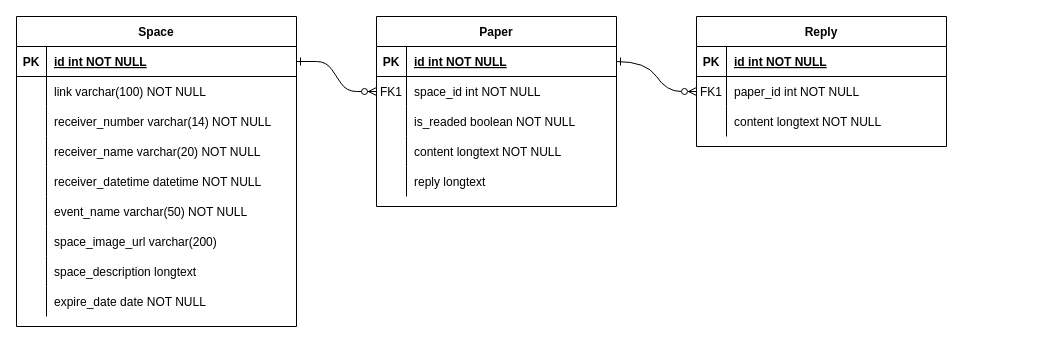
The draw.io diagram rollingpaper.drawio in bavengers/ERD, before the edit. Source tidied: cells renumbered, new cells numbered last; positions are measured from the earlier drawing's top-left corner, leaving out a move shared by most shapes. Both pictures are drawn from the tidied source at 100%, with x=0, y=0 at pixel (16, 16).
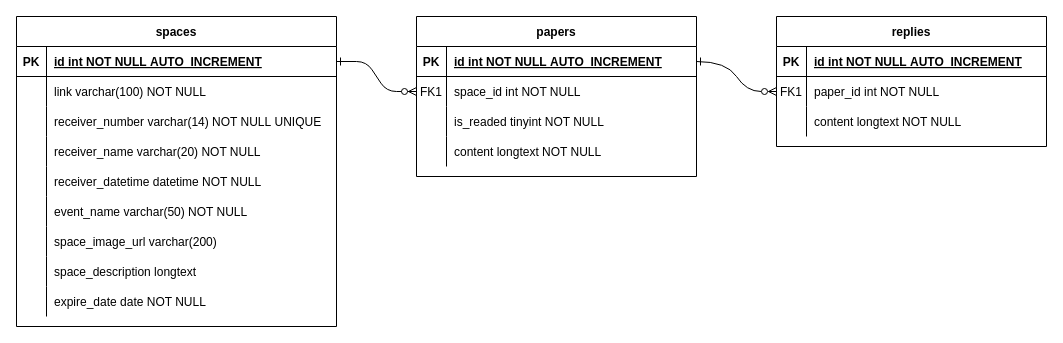
Above is the later version.

What changed in the source:
```diff
@@
-    <mxCell id="3" value="Paper" style="shape=table;startSize=30;childLayout=tableLayout;rowLines=0;fontStyle=1;align=center;" parent="1" vertex="1">
-      <mxGeometry x="360" width="240" height="190" as="geometry" />
+    <mxCell id="3" value="papers" style="shape=table;startSize=30;childLayout=tableLayout;rowLines=0;fontStyle=1;align=center;" parent="1" vertex="1">
+      <mxGeometry x="400" width="280" height="160" as="geometry" />
     </mxCell>
     <mxCell id="4" style="shape=partialRectangle;fillColor=none;points=[[0,0.5],[1,0.5]];portConstraint=eastwest;top=0;left=0;right=0;bottom=1;" parent="3" vertex="1">
-      <mxGeometry y="30" width="240" height="30" as="geometry" />
+      <mxGeometry y="30" width="280" height="30" as="geometry" />
     </mxCell>
@@
-    <mxCell id="6" value="id int NOT NULL " style="shape=partialRectangle;overflow=hidden;fillColor=none;top=0;left=0;bottom=0;right=0;align=left;spacingLeft=6;fontStyle=5;" parent="4" vertex="1">
-      <mxGeometry x="30" width="210" height="30" as="geometry" />
+    <mxCell id="6" value="id int NOT NULL AUTO_INCREMENT" style="shape=partialRectangle;overflow=hidden;fillColor=none;top=0;left=0;bottom=0;right=0;align=left;spacingLeft=6;fontStyle=5;" parent="4" vertex="1">
+      <mxGeometry x="30" width="250" height="30" as="geometry" />
     </mxCell>
     <mxCell id="7" style="shape=partialRectangle;fillColor=none;points=[[0,0.5],[1,0.5]];portConstraint=eastwest;top=0;left=0;right=0;bottom=0;" parent="3" vertex="1">
-      <mxGeometry y="60" width="240" height="30" as="geometry" />
+      <mxGeometry y="60" width="280" height="30" as="geometry" />
     </mxCell>
@@
     <mxCell id="9" value="space_id int NOT NULL" style="shape=partialRectangle;overflow=hidden;fillColor=none;top=0;left=0;bottom=0;right=0;align=left;spacingLeft=6;" parent="7" vertex="1">
-      <mxGeometry x="30" width="210" height="30" as="geometry" />
+      <mxGeometry x="30" width="250" height="30" as="geometry" />
     </mxCell>
     <mxCell id="10" style="shape=partialRectangle;fillColor=none;top=0;left=0;right=0;bottom=0;" parent="3" vertex="1">
-      <mxGeometry y="90" width="240" height="30" as="geometry" />
+      <mxGeometry y="90" width="280" height="30" as="geometry" />
     </mxCell>
@@
-    <mxCell id="12" value="is_readed boolean NOT NULL" style="shape=partialRectangle;overflow=hidden;fillColor=none;top=0;left=0;bottom=0;right=0;align=left;spacingLeft=6;" parent="10" vertex="1">
-      <mxGeometry x="30" width="210" height="30" as="geometry" />
+    <mxCell id="12" value="is_readed tinyint NOT NULL" style="shape=partialRectangle;overflow=hidden;fillColor=none;top=0;left=0;bottom=0;right=0;align=left;spacingLeft=6;" parent="10" vertex="1">
+      <mxGeometry x="30" width="250" height="30" as="geometry" />
     </mxCell>
     <mxCell id="13" style="shape=partialRectangle;fillColor=none;points=[[0,0.5],[1,0.5]];portConstraint=eastwest;top=0;left=0;right=0;bottom=0;" parent="3" vertex="1">
-      <mxGeometry y="120" width="240" height="30" as="geometry" />
+      <mxGeometry y="120" width="280" height="30" as="geometry" />
     </mxCell>
@@
     <mxCell id="15" value="content longtext NOT NULL" style="shape=partialRectangle;overflow=hidden;fillColor=none;top=0;left=0;bottom=0;right=0;align=left;spacingLeft=6;" parent="13" vertex="1">
-      <mxGeometry x="30" width="210" height="30" as="geometry" />
+      <mxGeometry x="30" width="250" height="30" as="geometry" />
     </mxCell>
-    <mxCell id="16" style="shape=partialRectangle;fillColor=none;top=0;left=0;right=0;bottom=0;" parent="3" vertex="1">
-      <mxGeometry y="150" width="240" height="30" as="geometry" />
-    </mxCell>
-    <mxCell id="17" style="shape=partialRectangle;overflow=hidden;fillColor=none;top=0;left=0;bottom=0;right=0;" parent="16" vertex="1">
-      <mxGeometry width="30" height="30" as="geometry" />
-    </mxCell>
-    <mxCell id="18" value="reply longtext" style="shape=partialRectangle;overflow=hidden;fillColor=none;top=0;left=0;bottom=0;right=0;align=left;spacingLeft=6;" parent="16" vertex="1">
-      <mxGeometry x="30" width="210" height="30" as="geometry" />
-    </mxCell>
@@
-    <mxCell id="20" value="Space" style="shape=table;startSize=30;childLayout=tableLayout;rowLines=0;fontStyle=1;align=center;" parent="1" vertex="1">
-      <mxGeometry width="280" height="310" as="geometry" />
+    <mxCell id="20" value="spaces" style="shape=table;startSize=30;childLayout=tableLayout;rowLines=0;fontStyle=1;align=center;" parent="1" vertex="1">
+      <mxGeometry width="320" height="310" as="geometry" />
     </mxCell>
     <mxCell id="21" style="shape=partialRectangle;fillColor=none;points=[[0,0.5],[1,0.5]];portConstraint=eastwest;top=0;left=0;right=0;bottom=1;" parent="20" vertex="1">
-      <mxGeometry y="30" width="280" height="30" as="geometry" />
+      <mxGeometry y="30" width="320" height="30" as="geometry" />
     </mxCell>
@@
-    <mxCell id="23" value="id int NOT NULL " style="shape=partialRectangle;overflow=hidden;fillColor=none;top=0;left=0;bottom=0;right=0;align=left;spacingLeft=6;fontStyle=5;" parent="21" vertex="1">
-      <mxGeometry x="30" width="250" height="30" as="geometry" />
+    <mxCell id="23" value="id int NOT NULL AUTO_INCREMENT" style="shape=partialRectangle;overflow=hidden;fillColor=none;top=0;left=0;bottom=0;right=0;align=left;spacingLeft=6;fontStyle=5;" parent="21" vertex="1">
+      <mxGeometry x="30" width="290" height="30" as="geometry" />
     </mxCell>
     <mxCell id="24" style="shape=partialRectangle;fillColor=none;top=0;left=0;right=0;bottom=0;" parent="20" vertex="1">
-      <mxGeometry y="60" width="280" height="30" as="geometry" />
+      <mxGeometry y="60" width="320" height="30" as="geometry" />
     </mxCell>
@@
     <mxCell id="26" value="link varchar(100) NOT NULL" style="shape=partialRectangle;overflow=hidden;fillColor=none;top=0;left=0;bottom=0;right=0;align=left;spacingLeft=6;" parent="24" vertex="1">
-      <mxGeometry x="30" width="250" height="30" as="geometry" />
+      <mxGeometry x="30" width="290" height="30" as="geometry" />
     </mxCell>
     <mxCell id="27" style="shape=partialRectangle;fillColor=none;top=0;left=0;right=0;bottom=0;" parent="20" vertex="1">
-      <mxGeometry y="90" width="280" height="30" as="geometry" />
+      <mxGeometry y="90" width="320" height="30" as="geometry" />
     </mxCell>
@@
-    <mxCell id="29" value="receiver_number varchar(14) NOT NULL" style="shape=partialRectangle;overflow=hidden;fillColor=none;top=0;left=0;bottom=0;right=0;align=left;spacingLeft=6;" parent="27" vertex="1">
-      <mxGeometry x="30" width="250" height="30" as="geometry" />
+    <mxCell id="29" value="receiver_number varchar(14) NOT NULL UNIQUE" style="shape=partialRectangle;overflow=hidden;fillColor=none;top=0;left=0;bottom=0;right=0;align=left;spacingLeft=6;" parent="27" vertex="1">
+      <mxGeometry x="30" width="290" height="30" as="geometry" />
     </mxCell>
     <mxCell id="30" style="shape=partialRectangle;fillColor=none;top=0;left=0;right=0;bottom=0;" parent="20" vertex="1">
-      <mxGeometry y="120" width="280" height="30" as="geometry" />
+      <mxGeometry y="120" width="320" height="30" as="geometry" />
     </mxCell>
@@
     <mxCell id="32" value="receiver_name varchar(20) NOT NULL" style="shape=partialRectangle;overflow=hidden;fillColor=none;top=0;left=0;bottom=0;right=0;align=left;spacingLeft=6;" parent="30" vertex="1">
-      <mxGeometry x="30" width="250" height="30" as="geometry" />
+      <mxGeometry x="30" width="290" height="30" as="geometry" />
     </mxCell>
     <mxCell id="33" style="shape=partialRectangle;fillColor=none;top=0;left=0;right=0;bottom=0;" parent="20" vertex="1">
-      <mxGeometry y="150" width="280" height="30" as="geometry" />
+      <mxGeometry y="150" width="320" height="30" as="geometry" />
     </mxCell>
@@
     <mxCell id="35" value="receiver_datetime datetime NOT NULL" style="shape=partialRectangle;overflow=hidden;fillColor=none;top=0;left=0;bottom=0;right=0;align=left;spacingLeft=6;" parent="33" vertex="1">
-      <mxGeometry x="30" width="250" height="30" as="geometry" />
+      <mxGeometry x="30" width="290" height="30" as="geometry" />
     </mxCell>
     <mxCell id="36" style="shape=partialRectangle;fillColor=none;top=0;left=0;right=0;bottom=0;" parent="20" vertex="1">
-      <mxGeometry y="180" width="280" height="30" as="geometry" />
+      <mxGeometry y="180" width="320" height="30" as="geometry" />
     </mxCell>
@@
     <mxCell id="38" value="event_name varchar(50) NOT NULL" style="shape=partialRectangle;overflow=hidden;fillColor=none;top=0;left=0;bottom=0;right=0;align=left;spacingLeft=6;" parent="36" vertex="1">
-      <mxGeometry x="30" width="250" height="30" as="geometry" />
+      <mxGeometry x="30" width="290" height="30" as="geometry" />
     </mxCell>
     <mxCell id="39" style="shape=partialRectangle;fillColor=none;top=0;left=0;right=0;bottom=0;" parent="20" vertex="1">
-      <mxGeometry y="210" width="280" height="30" as="geometry" />
+      <mxGeometry y="210" width="320" height="30" as="geometry" />
     </mxCell>
@@
     <mxCell id="41" value="space_image_url varchar(200)" style="shape=partialRectangle;overflow=hidden;fillColor=none;top=0;left=0;bottom=0;right=0;align=left;spacingLeft=6;" parent="39" vertex="1">
-      <mxGeometry x="30" width="250" height="30" as="geometry" />
+      <mxGeometry x="30" width="290" height="30" as="geometry" />
     </mxCell>
     <mxCell id="42" style="shape=partialRectangle;fillColor=none;top=0;left=0;right=0;bottom=0;" parent="20" vertex="1">
-      <mxGeometry y="240" width="280" height="30" as="geometry" />
+      <mxGeometry y="240" width="320" height="30" as="geometry" />
     </mxCell>
@@
     <mxCell id="44" value="space_description longtext" style="shape=partialRectangle;overflow=hidden;fillColor=none;top=0;left=0;bottom=0;right=0;align=left;spacingLeft=6;" parent="42" vertex="1">
-      <mxGeometry x="30" width="250" height="30" as="geometry" />
+      <mxGeometry x="30" width="290" height="30" as="geometry" />
     </mxCell>
     <mxCell id="45" style="shape=partialRectangle;fillColor=none;top=0;left=0;right=0;bottom=0;" parent="20" vertex="1">
-      <mxGeometry y="270" width="280" height="30" as="geometry" />
+      <mxGeometry y="270" width="320" height="30" as="geometry" />
     </mxCell>
@@
     <mxCell id="47" value="expire_date date NOT NULL" style="shape=partialRectangle;overflow=hidden;fillColor=none;top=0;left=0;bottom=0;right=0;align=left;spacingLeft=6;" parent="45" vertex="1">
-      <mxGeometry x="30" width="250" height="30" as="geometry" />
+      <mxGeometry x="30" width="290" height="30" as="geometry" />
     </mxCell>
-    <mxCell id="48" value="Reply" style="shape=table;startSize=30;childLayout=tableLayout;rowLines=0;fontStyle=1;align=center;" parent="1" vertex="1">
-      <mxGeometry x="680" width="250" height="130" as="geometry" />
+    <mxCell id="48" value="replies" style="shape=table;startSize=30;childLayout=tableLayout;rowLines=0;fontStyle=1;align=center;" parent="1" vertex="1">
+      <mxGeometry x="760" width="270" height="130" as="geometry" />
     </mxCell>
     <mxCell id="49" style="shape=partialRectangle;fillColor=none;top=0;left=0;right=0;bottom=1;" parent="48" vertex="1">
-      <mxGeometry y="30" width="250" height="30" as="geometry" />
+      <mxGeometry y="30" width="270" height="30" as="geometry" />
     </mxCell>
@@
-    <mxCell id="51" value="id int NOT NULL " style="shape=partialRectangle;overflow=hidden;fillColor=none;top=0;left=0;bottom=0;right=0;align=left;spacingLeft=6;fontStyle=5;" parent="49" vertex="1">
-      <mxGeometry x="30" width="220" height="30" as="geometry" />
+    <mxCell id="51" value="id int NOT NULL AUTO_INCREMENT" style="shape=partialRectangle;overflow=hidden;fillColor=none;top=0;left=0;bottom=0;right=0;align=left;spacingLeft=6;fontStyle=5;" parent="49" vertex="1">
+      <mxGeometry x="30" width="240" height="30" as="geometry" />
     </mxCell>
     <mxCell id="52" style="shape=partialRectangle;fillColor=none;points=[[0,0.5],[1,0.5]];portConstraint=eastwest;top=0;left=0;right=0;bottom=0;" parent="48" vertex="1">
-      <mxGeometry y="60" width="250" height="30" as="geometry" />
+      <mxGeometry y="60" width="270" height="30" as="geometry" />
     </mxCell>
@@
     <mxCell id="54" value="paper_id int NOT NULL" style="shape=partialRectangle;overflow=hidden;fillColor=none;top=0;left=0;bottom=0;right=0;align=left;spacingLeft=6;" parent="52" vertex="1">
-      <mxGeometry x="30" width="220" height="30" as="geometry" />
+      <mxGeometry x="30" width="240" height="30" as="geometry" />
     </mxCell>
     <mxCell id="55" style="shape=partialRectangle;fillColor=none;top=0;left=0;right=0;bottom=0;" parent="48" vertex="1">
-      <mxGeometry y="90" width="250" height="30" as="geometry" />
+      <mxGeometry y="90" width="270" height="30" as="geometry" />
     </mxCell>
@@
     <mxCell id="57" value="content longtext NOT NULL" style="shape=partialRectangle;overflow=hidden;fillColor=none;top=0;left=0;bottom=0;right=0;align=left;spacingLeft=6;" parent="55" vertex="1">
-      <mxGeometry x="30" width="220" height="30" as="geometry" />
+      <mxGeometry x="30" width="240" height="30" as="geometry" />
     </mxCell>
```
